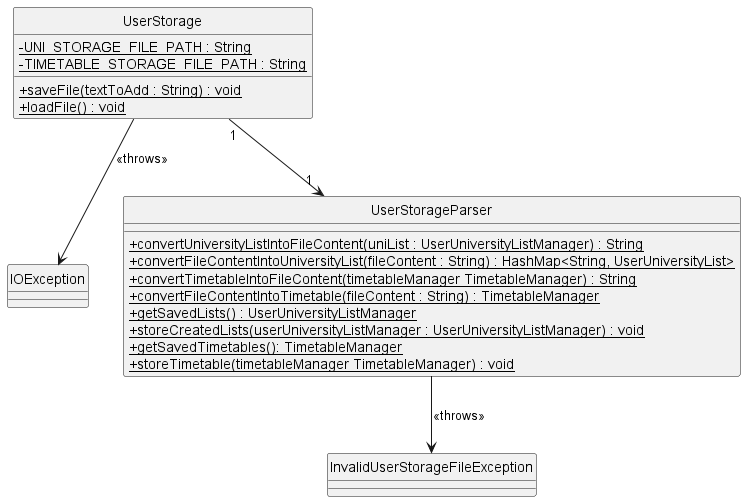
The PlantUML diagram docs/images/UserStorage_Class.png in nus-cs2113-AY2223S1/tp, before a commit.
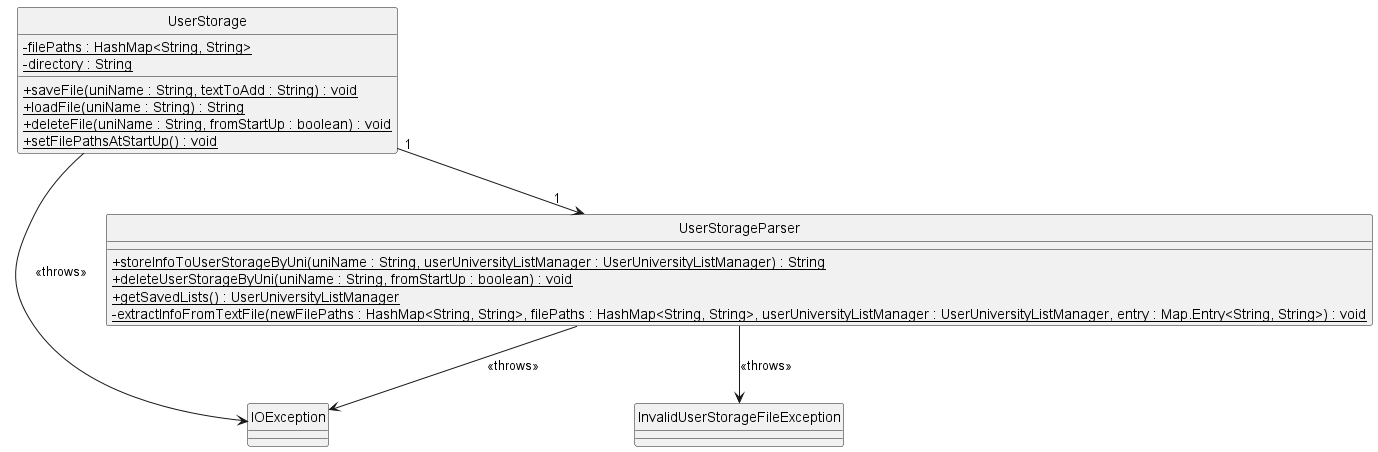
After the change.

Commit message:
Update DG based on new implementation of user storage

The edit, as a diff of the source:
```diff
@@ -3,11 +3,13 @@
 skinparam classAttributeIconSize 0
 
 class UserStorage {
-    {static} - UNI_STORAGE_FILE_PATH : String
-    {static} - TIMETABLE_STORAGE_FILE_PATH : String
+    {static} - filePaths : HashMap<String, String>
+    {static} - directory : String
 
-    {static} + saveFile(textToAdd : String) : void
-    {static} + loadFile() : void
+    {static} + saveFile(uniName : String, textToAdd : String) : void
+    {static} + loadFile(uniName : String) : String
+    {static} + deleteFile(uniName : String, fromStartUp : boolean) : void
+    {static} + setFilePathsAtStartUp() : void
 }
 
 class IOException {
@@ -15,14 +17,10 @@
 }
 
 class UserStorageParser {
-    {static} + convertUniversityListIntoFileContent(uniList : UserUniversityListManager) : String
-    {static} + convertFileContentIntoUniversityList(fileContent : String) : HashMap<String, UserUniversityList>
-    {static} + convertTimetableIntoFileContent(timetableManager TimetableManager) : String
-    {static} + convertFileContentIntoTimetable(fileContent : String) : TimetableManager
+    {static} + storeInfoToUserStorageByUni(uniName : String, userUniversityListManager : UserUniversityListManager) : String
+    {static} + deleteUserStorageByUni(uniName : String, fromStartUp : boolean) : void
     {static} + getSavedLists() : UserUniversityListManager
-    {static} + storeCreatedLists(userUniversityListManager : UserUniversityListManager) : void
-    {static} + getSavedTimetables(): TimetableManager
-    {static} + storeTimetable(timetableManager TimetableManager) : void
+    {static} - extractInfoFromTextFile(newFilePaths : HashMap<String, String>, filePaths : HashMap<String, String>, userUniversityListManager : UserUniversityListManager, entry : Map.Entry<String, String>) : void
 }
 
 class InvalidUserStorageFileException {
@@ -32,4 +30,5 @@
 UserStorage --> IOException : <<throws>>
 UserStorage "1" --> "1" UserStorageParser
 UserStorageParser --> InvalidUserStorageFileException : << throws>>
+UserStorageParser --> IOException : <<throws>>
 @enduml
```
